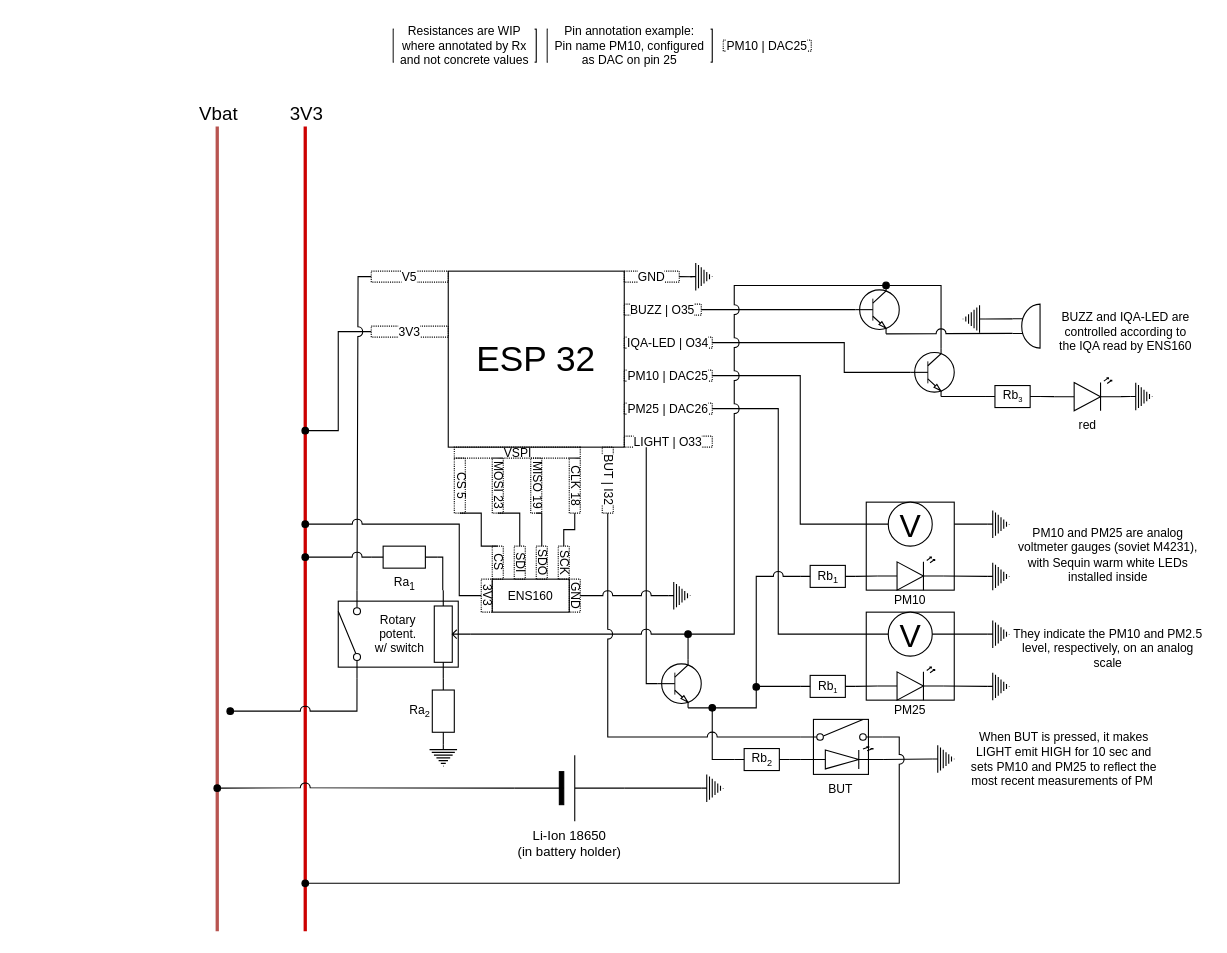
Before: airstation-base.drawio in maclav3/airstation, a draw.io diagram. Source tidied: cells renumbered, new cells numbered last; positions are measured from the earlier drawing's top-left corner, leaving out a move shared by most shapes. Both pictures are drawn from the tidied source at 110%, with x=0, y=0 at pixel (217, 29).
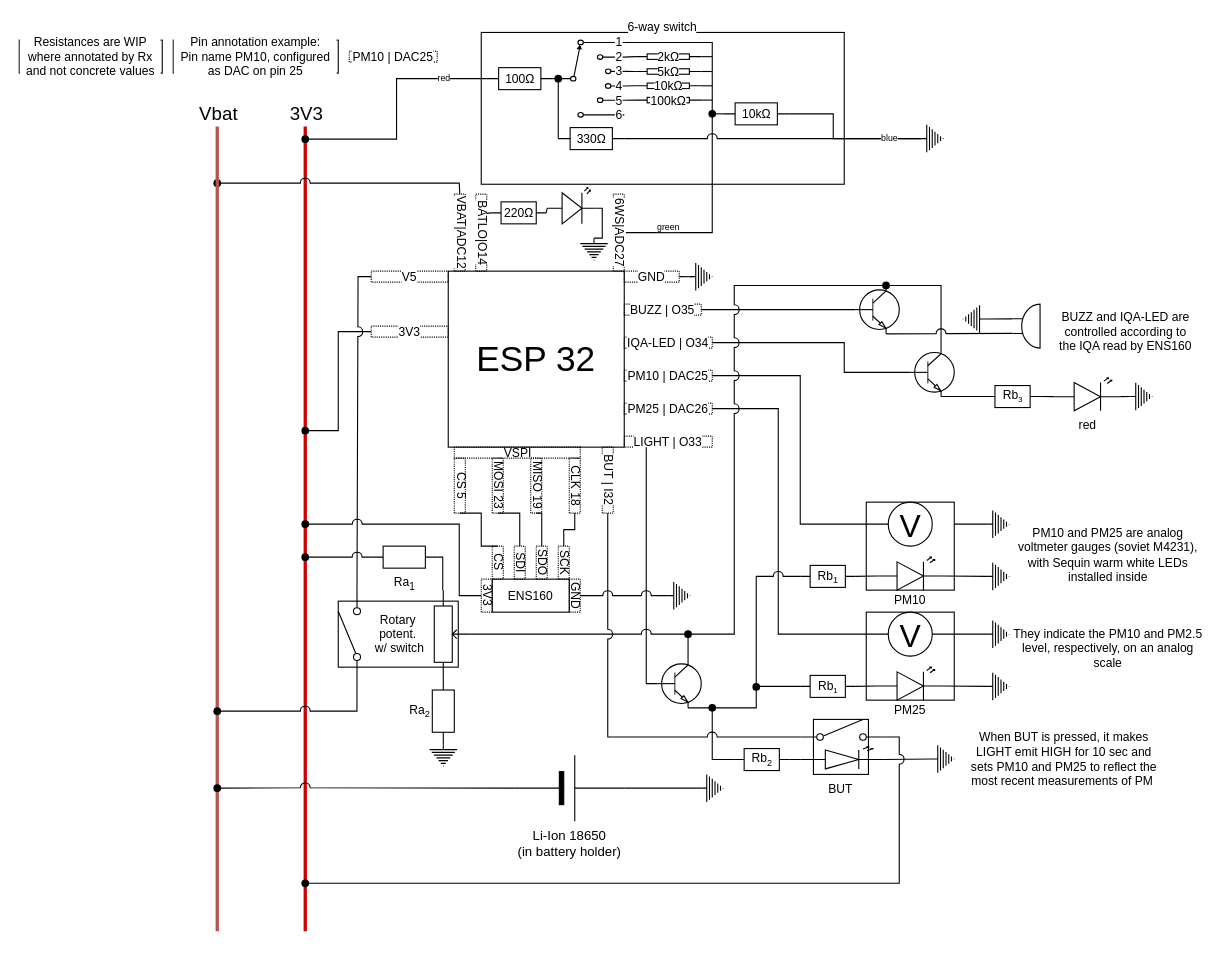
After the change.

The change refers to these unchanged cells:
```xml
<mxCell id="11" style="group;" parent="1" vertex="1">
  <mxGeometry x="110" y="510" width="120" height="80" as="geometry" />
</mxCell>
<mxCell id="15" style="html=1;shape=mxgraph.electrical.electro-mechanical.singleSwitch;elSwitchState=off;fontFamily=Helvetica;fontSize=11;fontColor=default;labelBackgroundColor=default;direction=north;" parent="11" vertex="1">
  <mxGeometry width="21.3" height="80" as="geometry" />
</mxCell>
```

What changed in the source:
```diff
@@
+    <mxCell id="4" style="endArrow=none;html=1;rounded=0;fillColor=#f8cecc;strokeColor=#CC0000;strokeWidth=3;" parent="1" edge="1">
+      <mxGeometry relative="1" as="geometry">
+        <mxPoint x="80" y="820" as="sourcePoint" />
+        <mxPoint x="80" y="70" as="targetPoint" />
+      </mxGeometry>
+    </mxCell>
+    <mxCell id="5" value="&lt;font style=&quot;font-size: 17px;&quot;&gt;3V3&lt;/font&gt;" style="edgeLabel;html=1;align=center;verticalAlign=middle;" parent="4" vertex="1">
+      <mxGeometry x="0.87" relative="1" as="geometry">
+        <mxPoint y="-42" as="offset" />
+      </mxGeometry>
+    </mxCell>
+    <mxCell id="117" style="edgeStyle=elbowEdgeStyle;shape=connector;rounded=0;jumpStyle=arc;jumpSize=9;jettySize=auto;html=1;strokeColor=default;align=center;verticalAlign=middle;fontFamily=Helvetica;fontSize=11;fontColor=default;labelBackgroundColor=default;startFill=0;endArrow=oval;exitX=0;exitY=0.5;exitDx=0;exitDy=0;endFill=1;" parent="1" edge="1" source="123">
+      <mxGeometry relative="1" as="geometry">
+        <mxPoint y="140" as="targetPoint" />
+        <Array as="points">
+          <mxPoint x="220" y="140" />
+        </Array>
+      </mxGeometry>
+    </mxCell>
+    <mxCell id="118" value="6-way switch" style="rounded=0;whiteSpace=wrap;html=1;fontFamily=Helvetica;fontSize=11;fontColor=default;labelBackgroundColor=default;labelPosition=center;verticalLabelPosition=top;align=center;verticalAlign=bottom;spacingBottom=-4;" parent="1" vertex="1">
+      <mxGeometry x="240" y="3" width="330" height="138" as="geometry" />
+    </mxCell>
@@
-    <mxCell id="4" style="endArrow=none;html=1;rounded=0;fillColor=#f8cecc;strokeColor=#CC0000;strokeWidth=3;" parent="1" edge="1">
-      <mxGeometry relative="1" as="geometry">
-        <mxPoint x="80" y="820" as="sourcePoint" />
-        <mxPoint x="80" y="70" as="targetPoint" />
-      </mxGeometry>
-    </mxCell>
-    <mxCell id="5" value="&lt;font style=&quot;font-size: 17px;&quot;&gt;3V3&lt;/font&gt;" style="edgeLabel;html=1;align=center;verticalAlign=middle;" parent="4" vertex="1">
-      <mxGeometry x="0.87" relative="1" as="geometry">
-        <mxPoint y="-42" as="offset" />
-      </mxGeometry>
-    </mxCell>
@@
     <mxCell id="14" style="edgeStyle=elbowEdgeStyle;shape=connector;rounded=0;jumpStyle=arc;jumpSize=9;jettySize=auto;html=1;strokeColor=default;align=center;verticalAlign=middle;fontFamily=Helvetica;fontSize=11;fontColor=default;labelBackgroundColor=default;startFill=0;endArrow=oval;exitX=0;exitY=0.8;exitDx=0;exitDy=0;startArrow=none;endFill=1;" parent="11" edge="1" source="15">
       <mxGeometry relative="1" as="geometry">
-        <mxPoint x="-98.2" y="110" as="targetPoint" />
+        <mxPoint x="-110" y="110" as="targetPoint" />
         <Array as="points">
           <mxPoint x="17" y="96" />
         </Array>
       </mxGeometry>
     </mxCell>
@@
     <mxCell id="22" value="Resistances are WIP where annotated by Rx and not concrete values" style="text;html=1;align=center;verticalAlign=middle;whiteSpace=wrap;rounded=0;fontFamily=Helvetica;fontSize=11;fontColor=default;labelBackgroundColor=default;strokeColor=default;" parent="1" vertex="1">
-      <mxGeometry x="160" width="130" height="30" as="geometry" />
+      <mxGeometry x="-180" y="10" width="130" height="30" as="geometry" />
     </mxCell>
     <mxCell id="23" value="Pin annotation example:&lt;br&gt;Pin name PM10, configured as DAC on pin 25" style="text;html=1;align=center;verticalAlign=middle;whiteSpace=wrap;rounded=0;fontFamily=Helvetica;fontSize=11;fontColor=default;labelBackgroundColor=default;strokeColor=default;" parent="1" vertex="1">
-      <mxGeometry x="300" width="150" height="30" as="geometry" />
+      <mxGeometry x="-40" y="10" width="150" height="30" as="geometry" />
     </mxCell>
     <mxCell id="24" value="PM10 | DAC25" style="text;html=1;align=center;verticalAlign=middle;whiteSpace=wrap;rounded=0;fontFamily=Helvetica;fontSize=11;fontColor=default;labelBackgroundColor=default;fillColor=none;strokeColor=default;dashed=1;dashPattern=1 1;" parent="1" vertex="1">
-      <mxGeometry x="460" y="10" width="80" height="10" as="geometry" />
+      <mxGeometry x="120" y="20" width="80" height="10" as="geometry" />
     </mxCell>
@@
+    <mxCell id="119" style="edgeStyle=elbowEdgeStyle;shape=connector;rounded=0;jumpStyle=arc;jumpSize=9;jettySize=auto;html=1;exitX=1;exitY=0.03;exitDx=0;exitDy=0;strokeColor=default;align=center;verticalAlign=middle;fontFamily=Helvetica;fontSize=11;fontColor=default;labelBackgroundColor=default;startFill=0;endArrow=none;entryX=0.5;entryY=0;entryDx=0;entryDy=0;" parent="1" edge="1" source="121" target="122">
+      <mxGeometry relative="1" as="geometry">
+        <Array as="points">
+          <mxPoint x="450" y="70" />
+        </Array>
+      </mxGeometry>
+    </mxCell>
+    <mxCell id="120" value="green" style="edgeLabel;html=1;align=center;verticalAlign=middle;fontFamily=Helvetica;fontSize=8;fontColor=default;labelBackgroundColor=default;spacingTop=-10;" parent="119" vertex="1">
+      <mxGeometry x="0.98" y="-1" relative="1" as="geometry">
+        <mxPoint x="37" as="offset" />
+      </mxGeometry>
+    </mxCell>
+    <mxCell id="121" value="1&lt;div&gt;2&lt;/div&gt;&lt;div&gt;3&lt;/div&gt;&lt;div&gt;4&lt;/div&gt;&lt;div&gt;5&lt;/div&gt;&lt;div&gt;6&lt;/div&gt;" style="verticalLabelPosition=middle;shadow=0;dashed=0;align=center;html=1;verticalAlign=middle;shape=mxgraph.electrical.electro-mechanical.selectorSwitch6Position2;elSwitchState=1;fontFamily=Helvetica;fontSize=11;fontColor=default;labelBackgroundColor=default;labelPosition=center;spacingRight=-50;" parent="1" vertex="1">
+      <mxGeometry x="309" y="10" width="61" height="70" as="geometry" />
+    </mxCell>
+    <mxCell id="122" value="6WS|ADC27" style="text;html=1;align=center;verticalAlign=middle;whiteSpace=wrap;rounded=0;fontFamily=Helvetica;fontSize=11;fontColor=default;labelBackgroundColor=default;fillColor=none;strokeColor=default;dashed=1;textDirection=vertical-rl;horizontal=1;direction=south;dashPattern=1 1;" parent="1" vertex="1">
+      <mxGeometry x="360" y="150" width="10" height="70" as="geometry" />
+    </mxCell>
+    <mxCell id="123" value="VBAT|ADC12" style="text;html=1;align=center;verticalAlign=middle;whiteSpace=wrap;rounded=0;fontFamily=Helvetica;fontSize=11;fontColor=default;labelBackgroundColor=default;fillColor=none;strokeColor=default;dashed=1;textDirection=vertical-rl;horizontal=1;direction=south;dashPattern=1 1;" parent="1" vertex="1">
+      <mxGeometry x="215.5" y="150" width="10" height="70" as="geometry" />
+    </mxCell>
+    <mxCell id="124" value="BATLO|O14" style="text;html=1;align=center;verticalAlign=middle;whiteSpace=wrap;rounded=0;fontFamily=Helvetica;fontSize=11;fontColor=default;labelBackgroundColor=default;fillColor=none;strokeColor=default;dashed=1;textDirection=vertical-rl;horizontal=1;direction=south;dashPattern=1 1;" parent="1" vertex="1">
+      <mxGeometry x="235" y="150" width="10" height="70" as="geometry" />
+    </mxCell>
+    <mxCell id="125" style="edgeStyle=elbowEdgeStyle;shape=connector;rounded=0;jumpStyle=arc;jumpSize=9;jettySize=auto;html=1;exitX=1;exitY=0.5;exitDx=0;exitDy=0;exitPerimeter=0;entryX=0;entryY=0.5;entryDx=0;entryDy=0;strokeColor=default;align=center;verticalAlign=middle;fontFamily=Helvetica;fontSize=11;fontColor=default;labelBackgroundColor=default;startFill=0;endArrow=none;" parent="1" edge="1" source="128" target="121">
+      <mxGeometry relative="1" as="geometry" />
+    </mxCell>
+    <mxCell id="126" style="edgeStyle=elbowEdgeStyle;shape=connector;rounded=0;jumpStyle=arc;jumpSize=9;jettySize=auto;html=1;strokeColor=default;align=center;verticalAlign=middle;fontFamily=Helvetica;fontSize=11;fontColor=default;labelBackgroundColor=default;startFill=0;endArrow=oval;endFill=1;" parent="1" edge="1" source="128">
+      <mxGeometry relative="1" as="geometry">
+        <mxPoint x="80" y="100" as="targetPoint" />
+      </mxGeometry>
+    </mxCell>
+    <mxCell id="127" value="red" style="edgeLabel;html=1;align=center;verticalAlign=middle;fontFamily=Helvetica;fontSize=8;fontColor=default;labelBackgroundColor=default;spacingTop=-5;" parent="126" vertex="1">
+      <mxGeometry x="-0.64" y="2" relative="1" as="geometry" />
+    </mxCell>
+    <mxCell id="128" value="100Ω" style="verticalLabelPosition=middle;shadow=0;dashed=0;align=center;html=1;verticalAlign=middle;shape=mxgraph.electrical.resistors.resistor_1;fontFamily=Helvetica;fontSize=11;fontColor=default;labelBackgroundColor=default;labelPosition=center;" parent="1" vertex="1">
+      <mxGeometry x="245" y="35" width="60" height="20" as="geometry" />
+    </mxCell>
+    <mxCell id="129" style="edgeStyle=elbowEdgeStyle;shape=connector;rounded=0;jumpStyle=arc;jumpSize=9;jettySize=auto;html=1;exitX=0;exitY=0.5;exitDx=0;exitDy=0;exitPerimeter=0;strokeColor=default;align=center;verticalAlign=middle;fontFamily=Helvetica;fontSize=11;fontColor=default;labelBackgroundColor=default;startFill=0;endArrow=oval;endFill=1;" parent="1" edge="1" source="131">
+      <mxGeometry relative="1" as="geometry">
+        <mxPoint x="310" y="45" as="targetPoint" />
+      </mxGeometry>
+    </mxCell>
+    <mxCell id="130" style="edgeStyle=elbowEdgeStyle;shape=connector;rounded=0;jumpStyle=arc;jumpSize=9;jettySize=auto;html=1;exitX=1;exitY=0.5;exitDx=0;exitDy=0;exitPerimeter=0;strokeColor=default;align=center;verticalAlign=middle;fontFamily=Helvetica;fontSize=11;fontColor=default;labelBackgroundColor=default;startFill=0;endArrow=none;entryX=0.5;entryY=0;entryDx=0;entryDy=0;entryPerimeter=0;" parent="1" edge="1" source="131" target="146">
+      <mxGeometry relative="1" as="geometry" />
+    </mxCell>
+    <mxCell id="131" value="330Ω" style="verticalLabelPosition=middle;shadow=0;dashed=0;align=center;html=1;verticalAlign=middle;shape=mxgraph.electrical.resistors.resistor_1;fontFamily=Helvetica;fontSize=11;fontColor=default;labelBackgroundColor=default;labelPosition=center;" parent="1" vertex="1">
+      <mxGeometry x="310" y="89.5" width="60" height="20" as="geometry" />
+    </mxCell>
+    <mxCell id="132" style="edgeStyle=elbowEdgeStyle;shape=connector;rounded=0;jumpStyle=arc;jumpSize=9;jettySize=auto;html=1;strokeColor=default;align=center;verticalAlign=middle;fontFamily=Helvetica;fontSize=11;fontColor=default;labelBackgroundColor=default;startFill=0;endArrow=none;" parent="1" edge="1" source="133">
+      <mxGeometry relative="1" as="geometry">
+        <mxPoint x="450" y="25" as="targetPoint" />
+      </mxGeometry>
+    </mxCell>
+    <mxCell id="133" value="2kΩ" style="verticalLabelPosition=middle;shadow=0;dashed=0;align=center;html=1;verticalAlign=middle;shape=mxgraph.electrical.resistors.resistor_1;fontFamily=Helvetica;fontSize=11;fontColor=default;labelBackgroundColor=default;labelPosition=center;" parent="1" vertex="1">
+      <mxGeometry x="380" y="22.5" width="60" height="5" as="geometry" />
+    </mxCell>
+    <mxCell id="134" style="edgeStyle=elbowEdgeStyle;shape=connector;rounded=0;jumpStyle=arc;jumpSize=9;jettySize=auto;html=1;strokeColor=default;align=center;verticalAlign=middle;fontFamily=Helvetica;fontSize=11;fontColor=default;labelBackgroundColor=default;startFill=0;endArrow=none;" parent="1" edge="1" source="135">
+      <mxGeometry relative="1" as="geometry">
+        <mxPoint x="450" y="38.5" as="targetPoint" />
+      </mxGeometry>
+    </mxCell>
+    <mxCell id="135" value="5kΩ" style="verticalLabelPosition=middle;shadow=0;dashed=0;align=center;html=1;verticalAlign=middle;shape=mxgraph.electrical.resistors.resistor_1;fontFamily=Helvetica;fontSize=11;fontColor=default;labelBackgroundColor=default;labelPosition=center;" parent="1" vertex="1">
+      <mxGeometry x="380" y="36" width="60" height="5" as="geometry" />
+    </mxCell>
+    <mxCell id="136" style="edgeStyle=elbowEdgeStyle;shape=connector;rounded=0;jumpStyle=arc;jumpSize=9;jettySize=auto;html=1;strokeColor=default;align=center;verticalAlign=middle;fontFamily=Helvetica;fontSize=11;fontColor=default;labelBackgroundColor=default;startFill=0;endArrow=none;" parent="1" edge="1" source="137">
+      <mxGeometry relative="1" as="geometry">
+        <mxPoint x="450" y="51.5" as="targetPoint" />
+      </mxGeometry>
+    </mxCell>
+    <mxCell id="137" value="10kΩ" style="verticalLabelPosition=middle;shadow=0;dashed=0;align=center;html=1;verticalAlign=middle;shape=mxgraph.electrical.resistors.resistor_1;fontFamily=Helvetica;fontSize=11;fontColor=default;labelBackgroundColor=default;labelPosition=center;" parent="1" vertex="1">
+      <mxGeometry x="380" y="49" width="60" height="5" as="geometry" />
+    </mxCell>
+    <mxCell id="138" style="edgeStyle=elbowEdgeStyle;shape=connector;rounded=0;jumpStyle=arc;jumpSize=9;jettySize=auto;html=1;strokeColor=default;align=center;verticalAlign=middle;fontFamily=Helvetica;fontSize=11;fontColor=default;labelBackgroundColor=default;startFill=0;endArrow=none;" parent="1" edge="1" source="139">
+      <mxGeometry relative="1" as="geometry">
+        <mxPoint x="450" y="64.5" as="targetPoint" />
+      </mxGeometry>
+    </mxCell>
+    <mxCell id="139" value="100kΩ" style="verticalLabelPosition=middle;shadow=0;dashed=0;align=center;html=1;verticalAlign=middle;shape=mxgraph.electrical.resistors.resistor_1;fontFamily=Helvetica;fontSize=11;fontColor=default;labelBackgroundColor=default;labelPosition=center;" parent="1" vertex="1">
+      <mxGeometry x="380" y="62" width="60" height="5" as="geometry" />
+    </mxCell>
+    <mxCell id="140" style="edgeStyle=elbowEdgeStyle;shape=connector;rounded=0;jumpStyle=arc;jumpSize=9;jettySize=auto;html=1;exitX=1;exitY=0.22;exitDx=0;exitDy=0;entryX=0;entryY=0.5;entryDx=0;entryDy=0;entryPerimeter=0;strokeColor=default;align=center;verticalAlign=middle;fontFamily=Helvetica;fontSize=11;fontColor=default;labelBackgroundColor=default;startFill=0;endArrow=none;" parent="1" edge="1" source="121" target="133">
+      <mxGeometry relative="1" as="geometry" />
+    </mxCell>
+    <mxCell id="141" style="edgeStyle=elbowEdgeStyle;shape=connector;rounded=0;jumpStyle=arc;jumpSize=9;jettySize=auto;html=1;exitX=1;exitY=0.405;exitDx=0;exitDy=0;entryX=0;entryY=0.5;entryDx=0;entryDy=0;entryPerimeter=0;strokeColor=default;align=center;verticalAlign=middle;fontFamily=Helvetica;fontSize=11;fontColor=default;labelBackgroundColor=default;startFill=0;endArrow=none;" parent="1" edge="1" source="121" target="135">
+      <mxGeometry relative="1" as="geometry" />
+    </mxCell>
+    <mxCell id="142" style="edgeStyle=elbowEdgeStyle;shape=connector;rounded=0;jumpStyle=arc;jumpSize=9;jettySize=auto;html=1;exitX=1;exitY=0.595;exitDx=0;exitDy=0;entryX=0;entryY=0.5;entryDx=0;entryDy=0;entryPerimeter=0;strokeColor=default;align=center;verticalAlign=middle;fontFamily=Helvetica;fontSize=11;fontColor=default;labelBackgroundColor=default;startFill=0;endArrow=none;" parent="1" edge="1" source="121" target="137">
+      <mxGeometry relative="1" as="geometry" />
+    </mxCell>
+    <mxCell id="143" style="edgeStyle=elbowEdgeStyle;shape=connector;rounded=0;jumpStyle=arc;jumpSize=9;jettySize=auto;html=1;exitX=1;exitY=0.78;exitDx=0;exitDy=0;entryX=0;entryY=0.5;entryDx=0;entryDy=0;entryPerimeter=0;strokeColor=default;align=center;verticalAlign=middle;fontFamily=Helvetica;fontSize=11;fontColor=default;labelBackgroundColor=default;startFill=0;endArrow=none;" parent="1" edge="1" source="121" target="139">
+      <mxGeometry relative="1" as="geometry" />
+    </mxCell>
+    <mxCell id="144" style="edgeStyle=elbowEdgeStyle;shape=connector;rounded=0;jumpStyle=arc;jumpSize=9;jettySize=auto;html=1;strokeColor=default;align=center;verticalAlign=middle;fontFamily=Helvetica;fontSize=11;fontColor=default;labelBackgroundColor=default;startFill=0;endArrow=oval;endFill=1;" parent="1" edge="1" source="145">
+      <mxGeometry relative="1" as="geometry">
+        <mxPoint x="450" y="77" as="targetPoint" />
+      </mxGeometry>
+    </mxCell>
+    <mxCell id="145" value="10kΩ" style="verticalLabelPosition=middle;shadow=0;dashed=0;align=center;html=1;verticalAlign=middle;shape=mxgraph.electrical.resistors.resistor_1;fontFamily=Helvetica;fontSize=11;fontColor=default;labelBackgroundColor=default;labelPosition=center;" parent="1" vertex="1">
+      <mxGeometry x="460" y="67" width="60" height="20" as="geometry" />
+    </mxCell>
+    <mxCell id="146" style="verticalLabelPosition=bottom;shadow=0;dashed=0;align=center;html=1;verticalAlign=top;shape=mxgraph.electrical.signal_sources.protective_earth;fontFamily=Helvetica;fontSize=11;fontColor=default;labelBackgroundColor=default;direction=north;" parent="1" vertex="1">
+      <mxGeometry x="640" y="87" width="20" height="25" as="geometry" />
+    </mxCell>
+    <mxCell id="147" style="edgeStyle=elbowEdgeStyle;shape=connector;rounded=0;jumpStyle=arc;jumpSize=9;jettySize=auto;html=1;exitX=1;exitY=0.5;exitDx=0;exitDy=0;exitPerimeter=0;entryX=0.5;entryY=0;entryDx=0;entryDy=0;entryPerimeter=0;strokeColor=default;align=center;verticalAlign=middle;fontFamily=Helvetica;fontSize=11;fontColor=default;labelBackgroundColor=default;startFill=0;endArrow=none;" parent="1" edge="1" source="145" target="146">
+      <mxGeometry relative="1" as="geometry">
+        <Array as="points">
+          <mxPoint x="560" y="90" />
+        </Array>
+      </mxGeometry>
+    </mxCell>
+    <mxCell id="148" value="blue" style="edgeLabel;html=1;align=center;verticalAlign=middle;fontFamily=Helvetica;fontSize=8;fontColor=default;labelBackgroundColor=default;" parent="147" vertex="1">
+      <mxGeometry x="0.59" y="2" relative="1" as="geometry">
+        <mxPoint y="1" as="offset" />
+      </mxGeometry>
+    </mxCell>
+    <mxCell id="149" style="verticalLabelPosition=bottom;shadow=0;dashed=0;align=center;html=1;verticalAlign=top;shape=mxgraph.electrical.opto_electronics.led_2;fontFamily=Helvetica;fontSize=11;fontColor=default;labelBackgroundColor=default;" parent="1" vertex="1">
+      <mxGeometry x="300" y="144" width="45" height="33" as="geometry" />
+    </mxCell>
+    <mxCell id="150" style="verticalLabelPosition=bottom;shadow=0;dashed=0;align=center;html=1;verticalAlign=top;shape=mxgraph.electrical.signal_sources.protective_earth;fontFamily=Helvetica;fontSize=11;fontColor=default;labelBackgroundColor=default;direction=east;" parent="1" vertex="1">
+      <mxGeometry x="330" y="190" width="25" height="20" as="geometry" />
+    </mxCell>
+    <mxCell id="151" style="edgeStyle=elbowEdgeStyle;shape=connector;rounded=0;jumpStyle=arc;jumpSize=9;jettySize=auto;html=1;exitX=0.5;exitY=0;exitDx=0;exitDy=0;exitPerimeter=0;entryX=1;entryY=0.57;entryDx=0;entryDy=0;entryPerimeter=0;strokeColor=default;align=center;verticalAlign=middle;fontFamily=Helvetica;fontSize=11;fontColor=default;labelBackgroundColor=default;startFill=0;endArrow=none;" parent="1" edge="1" source="150" target="149">
+      <mxGeometry relative="1" as="geometry">
+        <Array as="points">
+          <mxPoint x="350" y="180" />
+        </Array>
+      </mxGeometry>
+    </mxCell>
+    <mxCell id="152" style="edgeStyle=elbowEdgeStyle;shape=connector;rounded=0;jumpStyle=arc;jumpSize=9;jettySize=auto;html=1;exitX=0;exitY=0.5;exitDx=0;exitDy=0;exitPerimeter=0;entryX=0.25;entryY=0;entryDx=0;entryDy=0;strokeColor=default;align=center;verticalAlign=middle;fontFamily=Helvetica;fontSize=11;fontColor=default;labelBackgroundColor=default;startFill=0;endArrow=none;" parent="1" edge="1" source="153" target="124">
+      <mxGeometry relative="1" as="geometry" />
+    </mxCell>
+    <mxCell id="153" value="220Ω" style="verticalLabelPosition=middle;shadow=0;dashed=0;align=center;html=1;verticalAlign=middle;shape=mxgraph.electrical.resistors.resistor_1;fontFamily=Helvetica;fontSize=11;fontColor=default;labelBackgroundColor=default;labelPosition=center;" parent="1" vertex="1">
+      <mxGeometry x="249" y="157" width="50" height="20" as="geometry" />
+    </mxCell>
+    <mxCell id="154" style="edgeStyle=elbowEdgeStyle;shape=connector;rounded=0;jumpStyle=arc;jumpSize=9;jettySize=auto;html=1;entryX=1;entryY=0.5;entryDx=0;entryDy=0;entryPerimeter=0;strokeColor=default;align=center;verticalAlign=middle;fontFamily=Helvetica;fontSize=11;fontColor=default;labelBackgroundColor=default;startFill=0;endArrow=none;exitX=0;exitY=0.57;exitDx=0;exitDy=0;exitPerimeter=0;" parent="1" edge="1" source="149" target="153">
+      <mxGeometry relative="1" as="geometry" />
+    </mxCell>
```
